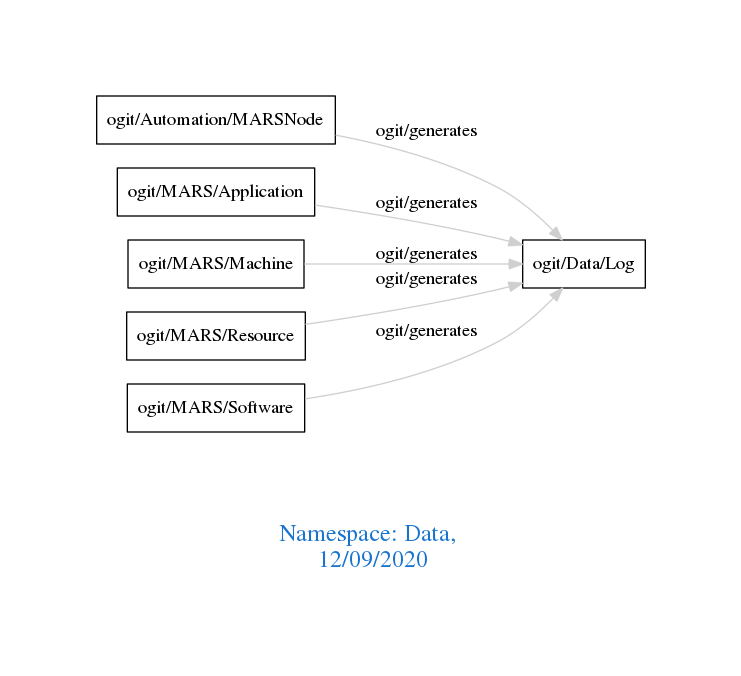
Earlier version of the Graphviz export downloads/Data.png (arago/OGIT). Its source is kept beside it as downloads/Data.dot. Its diagram source:
```dot
digraph OGIT_ontology {
 graph [ rankdir= LR,pad=1
fontsize = 18,
fontcolor= dodgerblue3,label = "\n\n\nNamespace: Data, \n 12/09/2020"];
node[shape=polygon];
edge [  color="gray81"];

   "ogit/Automation/MARSNode" -> "ogit/Data/Log" [label="   ogit/generates    "];
   "ogit/MARS/Application" -> "ogit/Data/Log" [label="   ogit/generates    "];
   "ogit/MARS/Machine" -> "ogit/Data/Log" [label="   ogit/generates    "];
   "ogit/MARS/Resource" -> "ogit/Data/Log" [label="   ogit/generates    "];
   "ogit/MARS/Software" -> "ogit/Data/Log" [label="   ogit/generates    "];
}
```
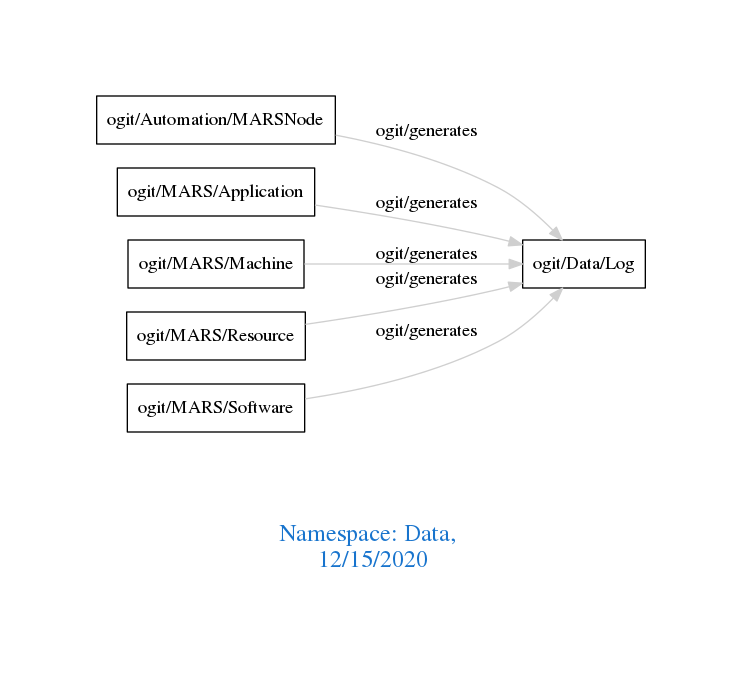
After the commit.

What changed in the source:
```diff
@@ -1,7 +1,7 @@
 digraph OGIT_ontology {
  graph [ rankdir= LR,pad=1
 fontsize = 18,
-fontcolor= dodgerblue3,label = "\n\n\nNamespace: Data, \n 12/09/2020"];
+fontcolor= dodgerblue3,label = "\n\n\nNamespace: Data, \n 12/15/2020"];
 node[shape=polygon];
 edge [  color="gray81"];
 
```
